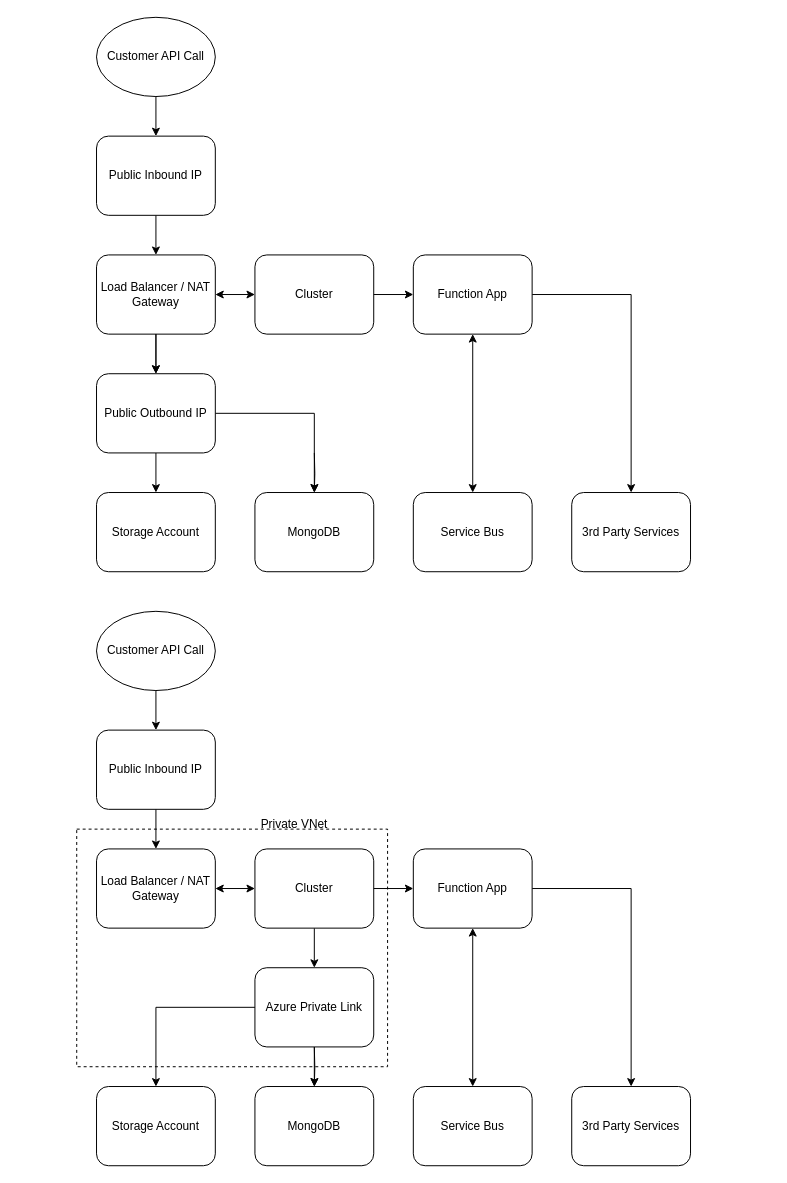
fredyeah/diagrams keeps this draw.io diagram as network-segmentation.drawio. Above is the earlier version. Source tidied: cells renumbered, new cells numbered last; positions are measured from the earlier drawing's top-left corner, leaving out a move shared by most shapes. Both pictures are drawn from the tidied source at 99%, with x=0, y=0 at pixel (76, 17).
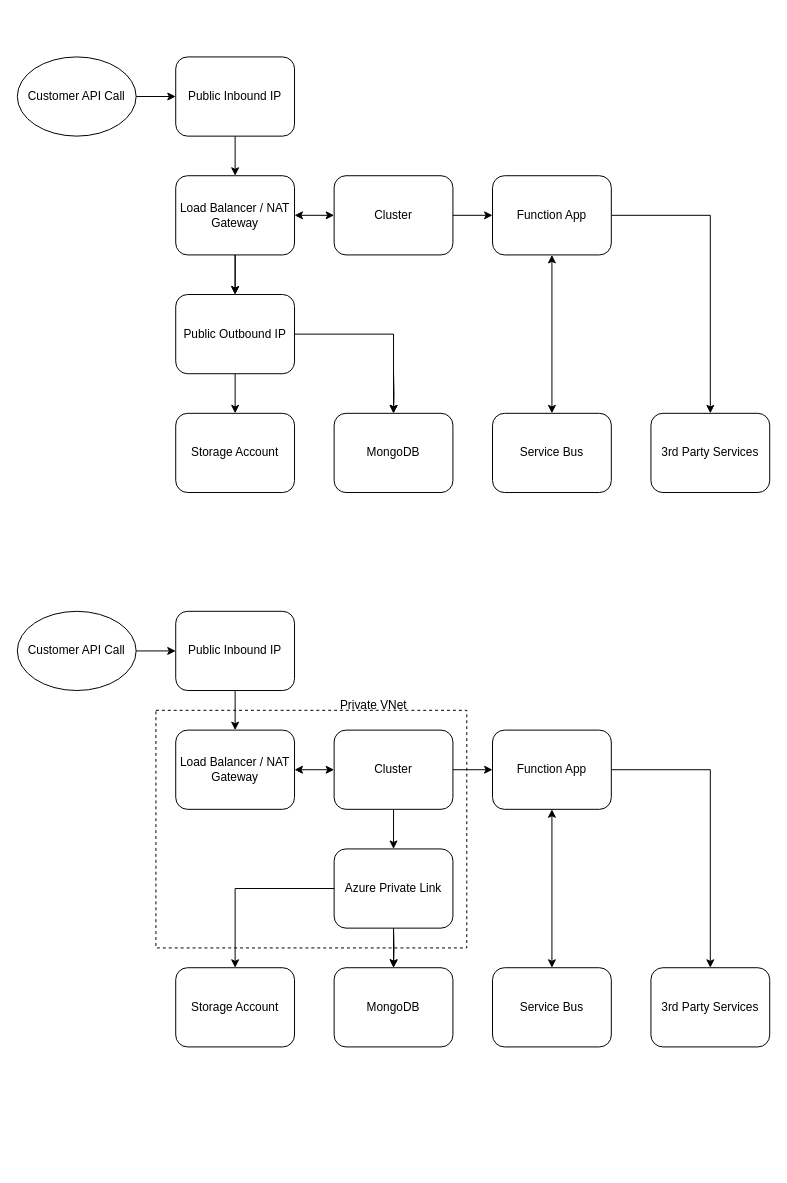
After the change.

Change to the diagram source:
```diff
@@
     <mxCell id="3" value="Storage Account" style="rounded=1;whiteSpace=wrap;html=1;" parent="1" vertex="1">
-      <mxGeometry x="20" y="480" width="120" height="80" as="geometry" />
+      <mxGeometry x="100" y="400" width="120" height="80" as="geometry" />
     </mxCell>
     <mxCell id="4" value="MongoDB" style="rounded=1;whiteSpace=wrap;html=1;" parent="1" vertex="1">
-      <mxGeometry x="180" y="480" width="120" height="80" as="geometry" />
+      <mxGeometry x="260" y="400" width="120" height="80" as="geometry" />
     </mxCell>
     <mxCell id="5" style="edgeStyle=orthogonalEdgeStyle;rounded=0;jettySize=auto;html=1;entryX=0.5;entryY=0;entryDx=0;entryDy=0;startArrow=none;startFill=0;" parent="1" edge="1" target="4">
       <mxGeometry relative="1" as="geometry">
-        <mxPoint x="240" y="440" as="sourcePoint" />
+        <mxPoint x="320" y="360" as="sourcePoint" />
       </mxGeometry>
     </mxCell>
@@
     <mxCell id="8" value="Function App" style="rounded=1;whiteSpace=wrap;html=1;" parent="1" vertex="1">
-      <mxGeometry x="340" y="240" width="120" height="80" as="geometry" />
+      <mxGeometry x="420" y="160" width="120" height="80" as="geometry" />
     </mxCell>
     <mxCell id="9" value="Service Bus" style="rounded=1;whiteSpace=wrap;html=1;" parent="1" vertex="1">
-      <mxGeometry x="340" y="480" width="120" height="80" as="geometry" />
+      <mxGeometry x="420" y="400" width="120" height="80" as="geometry" />
     </mxCell>
     <mxCell id="10" value="3rd Party Services" style="rounded=1;whiteSpace=wrap;html=1;" parent="1" vertex="1">
-      <mxGeometry x="500" y="480" width="120" height="80" as="geometry" />
+      <mxGeometry x="580" y="400" width="120" height="80" as="geometry" />
     </mxCell>
     <mxCell id="11" style="edgeStyle=orthogonalEdgeStyle;rounded=0;jettySize=auto;html=1;entryX=0.5;entryY=0;entryDx=0;entryDy=0;" parent="1" edge="1" source="18" target="4">
       <mxGeometry relative="1" as="geometry">
         <Array as="points">
-          <mxPoint x="240" y="400" />
+          <mxPoint x="320" y="320" />
         </Array>
       </mxGeometry>
     </mxCell>
     <mxCell id="12" value="Load Balancer / NAT Gateway" style="rounded=1;whiteSpace=wrap;html=1;" parent="1" vertex="1">
-      <mxGeometry x="20" y="240" width="120" height="80" as="geometry" />
+      <mxGeometry x="100" y="160" width="120" height="80" as="geometry" />
     </mxCell>
     <mxCell id="13" style="edgeStyle=orthogonalEdgeStyle;rounded=0;jettySize=auto;html=1;entryX=0.5;entryY=0;entryDx=0;entryDy=0;startArrow=classic;startFill=1;" parent="1" edge="1" source="8" target="15">
       <mxGeometry relative="1" as="geometry">
         <Array as="points">
-          <mxPoint x="240" y="280" />
+          <mxPoint x="320" y="200" />
         </Array>
       </mxGeometry>
     </mxCell>
@@
     <mxCell id="15" value="Cluster" style="rounded=1;whiteSpace=wrap;html=1;" parent="1" vertex="1">
-      <mxGeometry x="180" y="240" width="120" height="80" as="geometry" />
+      <mxGeometry x="260" y="160" width="120" height="80" as="geometry" />
     </mxCell>
@@
     <mxCell id="18" value="Public Outbound IP" style="rounded=1;whiteSpace=wrap;html=1;" parent="1" vertex="1">
-      <mxGeometry x="20" y="360" width="120" height="80" as="geometry" />
+      <mxGeometry x="100" y="280" width="120" height="80" as="geometry" />
     </mxCell>
@@
     <mxCell id="20" value="Public Inbound IP" style="rounded=1;whiteSpace=wrap;html=1;" parent="1" vertex="1">
-      <mxGeometry x="20" y="120" width="120" height="80" as="geometry" />
+      <mxGeometry x="100" y="40" width="120" height="80" as="geometry" />
     </mxCell>
-    <mxCell id="21" style="edgeStyle=orthogonalEdgeStyle;rounded=0;jettySize=auto;html=1;entryX=0.5;entryY=0;entryDx=0;entryDy=0;" parent="1" edge="1" source="22" target="20">
+    <mxCell id="21" style="edgeStyle=orthogonalEdgeStyle;rounded=0;jettySize=auto;html=1;entryX=0;entryY=0.5;entryDx=0;entryDy=0;" parent="1" edge="1" source="22" target="20">
       <mxGeometry relative="1" as="geometry" />
     </mxCell>
     <mxCell id="22" value="Customer API Call" style="ellipse;whiteSpace=wrap;html=1;" parent="1" vertex="1">
-      <mxGeometry x="20" width="120" height="80" as="geometry" />
+      <mxGeometry x="-60" y="40" width="120" height="80" as="geometry" />
     </mxCell>
     <mxCell id="23" style="edgeStyle=orthogonalEdgeStyle;rounded=0;jettySize=auto;html=1;entryX=0.5;entryY=0;entryDx=0;entryDy=0;startArrow=none;startFill=0;exitX=0.5;exitY=1;exitDx=0;exitDy=0;" parent="1" edge="1" source="38" target="24">
       <mxGeometry relative="1" as="geometry">
         <Array as="points">
-          <mxPoint x="240" y="1000" />
-          <mxPoint x="80" y="1000" />
+          <mxPoint x="320" y="880" />
+          <mxPoint x="160" y="880" />
         </Array>
       </mxGeometry>
     </mxCell>
     <mxCell id="24" value="Storage Account" style="rounded=1;whiteSpace=wrap;html=1;" parent="1" vertex="1">
-      <mxGeometry x="20" y="1080" width="120" height="80" as="geometry" />
+      <mxGeometry x="100" y="960" width="120" height="80" as="geometry" />
     </mxCell>
     <mxCell id="25" value="MongoDB" style="rounded=1;whiteSpace=wrap;html=1;" parent="1" vertex="1">
-      <mxGeometry x="180" y="1080" width="120" height="80" as="geometry" />
+      <mxGeometry x="260" y="960" width="120" height="80" as="geometry" />
     </mxCell>
     <mxCell id="26" style="edgeStyle=orthogonalEdgeStyle;rounded=0;jettySize=auto;html=1;entryX=0.5;entryY=0;entryDx=0;entryDy=0;startArrow=none;startFill=0;" parent="1" edge="1" target="25">
       <mxGeometry relative="1" as="geometry">
-        <mxPoint x="240" y="1040" as="sourcePoint" />
+        <mxPoint x="320" y="920" as="sourcePoint" />
       </mxGeometry>
     </mxCell>
@@
     <mxCell id="29" value="Function App" style="rounded=1;whiteSpace=wrap;html=1;" parent="1" vertex="1">
-      <mxGeometry x="340" y="840" width="120" height="80" as="geometry" />
+      <mxGeometry x="420" y="720" width="120" height="80" as="geometry" />
     </mxCell>
     <mxCell id="30" value="Service Bus" style="rounded=1;whiteSpace=wrap;html=1;" parent="1" vertex="1">
-      <mxGeometry x="340" y="1080" width="120" height="80" as="geometry" />
+      <mxGeometry x="420" y="960" width="120" height="80" as="geometry" />
     </mxCell>
     <mxCell id="31" value="3rd Party Services" style="rounded=1;whiteSpace=wrap;html=1;" parent="1" vertex="1">
-      <mxGeometry x="500" y="1080" width="120" height="80" as="geometry" />
+      <mxGeometry x="580" y="960" width="120" height="80" as="geometry" />
     </mxCell>
     <mxCell id="32" style="edgeStyle=orthogonalEdgeStyle;rounded=0;jettySize=auto;html=1;entryX=0.5;entryY=0;entryDx=0;entryDy=0;" parent="1" edge="1" source="38" target="25">
       <mxGeometry relative="1" as="geometry">
         <Array as="points">
-          <mxPoint x="240" y="1000" />
+          <mxPoint x="320" y="880" />
         </Array>
       </mxGeometry>
     </mxCell>
     <mxCell id="33" value="Load Balancer / NAT Gateway" style="rounded=1;whiteSpace=wrap;html=1;" parent="1" vertex="1">
-      <mxGeometry x="20" y="840" width="120" height="80" as="geometry" />
+      <mxGeometry x="100" y="720" width="120" height="80" as="geometry" />
     </mxCell>
     <mxCell id="34" style="edgeStyle=orthogonalEdgeStyle;rounded=0;jettySize=auto;html=1;entryX=0.5;entryY=0;entryDx=0;entryDy=0;startArrow=classic;startFill=1;" parent="1" edge="1" source="29" target="37">
       <mxGeometry relative="1" as="geometry">
         <Array as="points">
-          <mxPoint x="240" y="880" />
+          <mxPoint x="320" y="760" />
         </Array>
       </mxGeometry>
     </mxCell>
@@
     <mxCell id="37" value="Cluster" style="rounded=1;whiteSpace=wrap;html=1;" parent="1" vertex="1">
-      <mxGeometry x="180" y="840" width="120" height="80" as="geometry" />
+      <mxGeometry x="260" y="720" width="120" height="80" as="geometry" />
     </mxCell>
     <mxCell id="38" value="Azure Private Link" style="rounded=1;whiteSpace=wrap;html=1;" parent="1" vertex="1">
-      <mxGeometry x="180" y="960" width="120" height="80" as="geometry" />
+      <mxGeometry x="260" y="840" width="120" height="80" as="geometry" />
     </mxCell>
@@
     <mxCell id="40" value="Public Inbound IP" style="rounded=1;whiteSpace=wrap;html=1;" parent="1" vertex="1">
-      <mxGeometry x="20" y="720" width="120" height="80" as="geometry" />
+      <mxGeometry x="100" y="600" width="120" height="80" as="geometry" />
     </mxCell>
-    <mxCell id="41" style="edgeStyle=orthogonalEdgeStyle;rounded=0;jettySize=auto;html=1;entryX=0.5;entryY=0;entryDx=0;entryDy=0;" parent="1" edge="1" source="42" target="40">
+    <mxCell id="41" style="edgeStyle=orthogonalEdgeStyle;rounded=0;jettySize=auto;html=1;entryX=0;entryY=0.5;entryDx=0;entryDy=0;" parent="1" edge="1" source="42" target="40">
       <mxGeometry relative="1" as="geometry" />
     </mxCell>
     <mxCell id="42" value="Customer API Call" style="ellipse;whiteSpace=wrap;html=1;" parent="1" vertex="1">
-      <mxGeometry x="20" y="600" width="120" height="80" as="geometry" />
+      <mxGeometry x="-60" y="600" width="120" height="80" as="geometry" />
     </mxCell>
     <mxCell id="43" style="rounded=0;whiteSpace=wrap;html=1;fillColor=none;dashed=1;" parent="1" vertex="1">
-      <mxGeometry y="820" width="314" height="240" as="geometry" />
+      <mxGeometry x="80" y="700" width="314" height="240" as="geometry" />
     </mxCell>
     <mxCell id="44" value="Private VNet" style="text;html=1;strokeColor=none;fillColor=none;align=center;verticalAlign=middle;whiteSpace=wrap;rounded=0;" parent="1" vertex="1">
-      <mxGeometry x="180" y="800" width="80" height="30" as="geometry" />
+      <mxGeometry x="260" y="680" width="80" height="30" as="geometry" />
     </mxCell>
```
